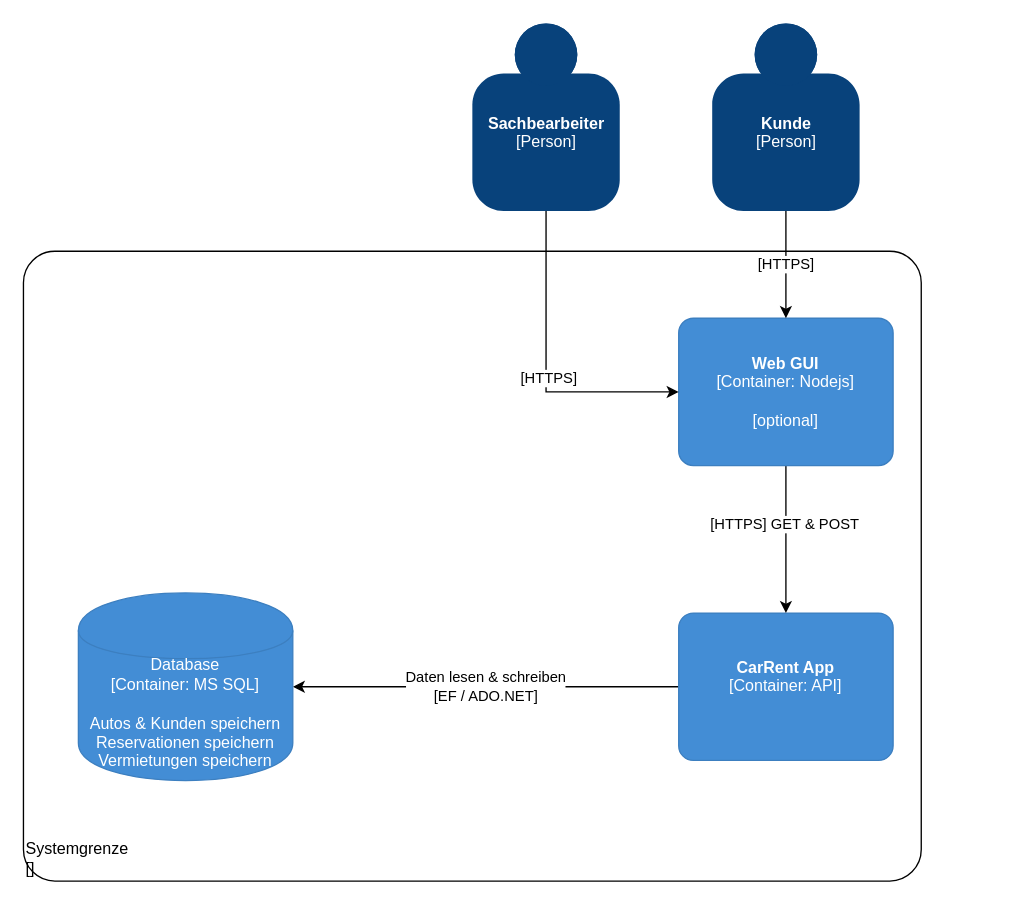
This is utilities/C4-Container.drawio from leonieb1/CarRent, a draw.io file, before an edit. Source tidied: cells renumbered, new cells numbered last; positions are measured from the earlier drawing's top-left corner, leaving out a move shared by most shapes. Both pictures are drawn from the tidied source at 134%, with x=0, y=0 at pixel (23, 23).
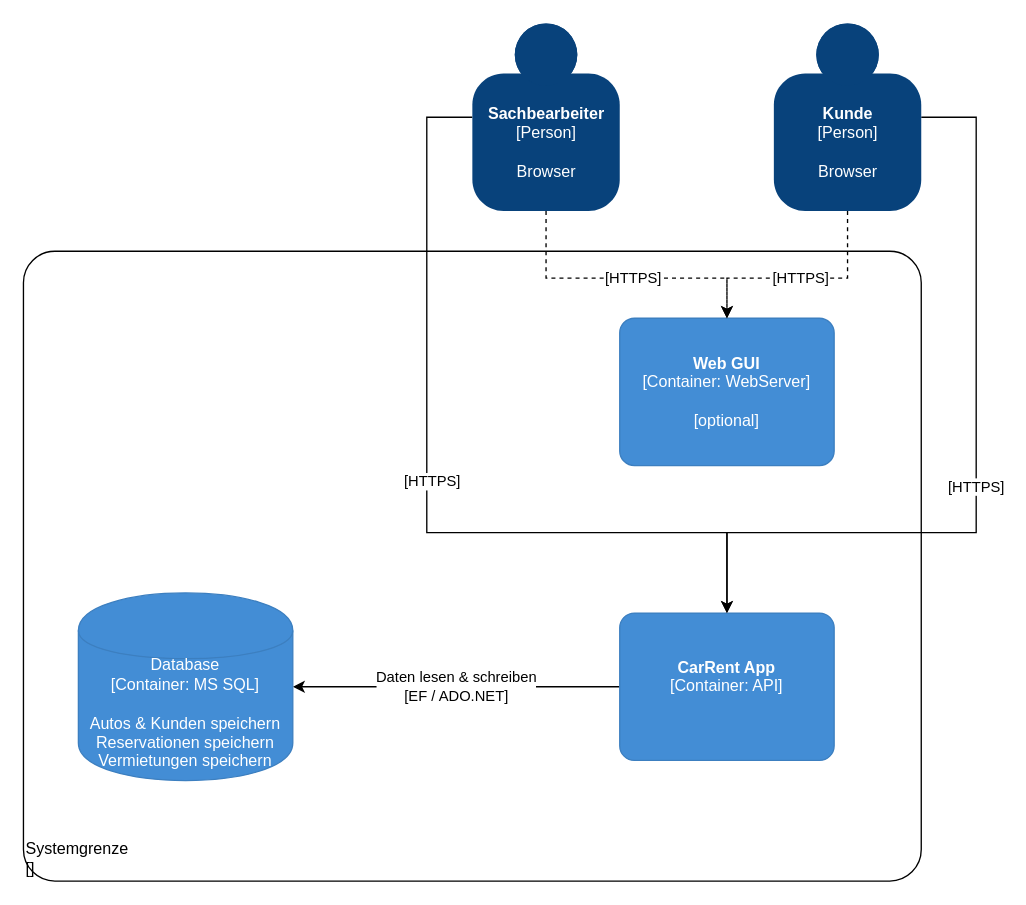
After the change.

Diff of the diagram source:
```diff
@@
     <object id="4" label="&lt;b&gt;%c4Name%&lt;/b&gt;&lt;div&gt;[%c4Type%: %c4Technology%]&lt;/div&gt;&lt;br&gt;&lt;div&gt;%c4Description%&lt;/div&gt;" c4Description="" c4Name="CarRent App" c4Technology="API" c4Type="Container" placeholders="1">
       <mxCell style="rounded=1;whiteSpace=wrap;html=1;labelBackgroundColor=none;fillColor=#438DD5;fontColor=#ffffff;align=center;arcSize=10;strokeColor=#3C7FC0;metaData={&quot;c4Type&quot;:{&quot;editable&quot;:false}};points=[[0.25,0,0],[0.5,0,0],[0.75,0,0],[1,0.25,0],[1,0.5,0],[1,0.75,0],[0.75,1,0],[0.5,1,0],[0.25,1,0],[0,0.75,0],[0,0.5,0],[0,0.25,0]];" parent="1" vertex="1">
-        <mxGeometry x="489" y="440" width="160" height="110" as="geometry" />
+        <mxGeometry x="445" y="440" width="160" height="110" as="geometry" />
       </mxCell>
     </object>
-    <mxCell id="5" style="edgeStyle=orthogonalEdgeStyle;rounded=0;jettySize=auto;html=1;entryX=0.5;entryY=0;entryDx=0;entryDy=0;entryPerimeter=0;" parent="1" edge="1" source="7" target="4">
-      <mxGeometry relative="1" as="geometry" />
-    </mxCell>
-    <mxCell id="6" value="[HTTPS] GET &amp;amp; POST" style="edgeLabel;html=1;align=center;verticalAlign=middle;" parent="5" vertex="1">
-      <mxGeometry x="-0.21" y="-2" relative="1" as="geometry" />
-    </mxCell>
-    <object id="7" label="&lt;b&gt;%c4Name%&lt;/b&gt;&lt;div&gt;[%c4Type%: %c4Technology%]&lt;/div&gt;&lt;br&gt;&lt;div&gt;%c4Description%&lt;/div&gt;" c4Description="[optional]" c4Name="Web GUI" c4Technology="Nodejs" c4Type="Container" placeholders="1">
+    <object id="7" label="&lt;b&gt;%c4Name%&lt;/b&gt;&lt;div&gt;[%c4Type%: %c4Technology%]&lt;/div&gt;&lt;br&gt;&lt;div&gt;%c4Description%&lt;/div&gt;" c4Description="[optional]" c4Name="Web GUI" c4Technology="WebServer" c4Type="Container" placeholders="1">
       <mxCell style="rounded=1;whiteSpace=wrap;html=1;labelBackgroundColor=none;fillColor=#438DD5;fontColor=#ffffff;align=center;arcSize=10;strokeColor=#3C7FC0;metaData={&quot;c4Type&quot;:{&quot;editable&quot;:false}};points=[[0.25,0,0],[0.5,0,0],[0.75,0,0],[1,0.25,0],[1,0.5,0],[1,0.75,0],[0.75,1,0],[0.5,1,0],[0.25,1,0],[0,0.75,0],[0,0.5,0],[0,0.25,0]];" parent="1" vertex="1">
-        <mxGeometry x="489" y="220" width="160" height="110" as="geometry" />
+        <mxGeometry x="445" y="220" width="160" height="110" as="geometry" />
       </mxCell>
     </object>
@@
-    <mxCell id="9" style="edgeStyle=orthogonalEdgeStyle;rounded=0;jettySize=auto;html=1;entryX=0;entryY=0.5;entryDx=0;entryDy=0;entryPerimeter=0;exitX=0.5;exitY=1;exitDx=0;exitDy=0;exitPerimeter=0;" parent="1" edge="1" source="11" target="7">
-      <mxGeometry relative="1" as="geometry" />
+    <mxCell id="9" style="edgeStyle=orthogonalEdgeStyle;rounded=0;jettySize=auto;html=1;entryX=0.5;entryY=0;entryDx=0;entryDy=0;entryPerimeter=0;exitX=0.5;exitY=1;exitDx=0;exitDy=0;exitPerimeter=0;dashed=1;" parent="1" edge="1" source="11" target="7">
+      <mxGeometry relative="1" as="geometry">
+        <Array as="points">
+          <mxPoint x="390" y="190" />
+          <mxPoint x="525" y="190" />
+        </Array>
+      </mxGeometry>
     </mxCell>
@@
+    <mxCell id="14" style="edgeStyle=orthogonalEdgeStyle;rounded=0;jettySize=auto;html=1;entryX=0.5;entryY=0;entryDx=0;entryDy=0;entryPerimeter=0;exitX=0;exitY=0.5;exitDx=0;exitDy=0;exitPerimeter=0;" parent="1" edge="1" source="11" target="4">
+      <mxGeometry relative="1" as="geometry">
+        <Array as="points">
+          <mxPoint x="301" y="70" />
+          <mxPoint x="301" y="380" />
+          <mxPoint x="525" y="380" />
+        </Array>
+      </mxGeometry>
+    </mxCell>
+    <mxCell id="15" value="[HTTPS]" style="edgeLabel;html=1;align=center;verticalAlign=middle;" parent="14" vertex="1">
+      <mxGeometry x="-0.03" y="3" relative="1" as="geometry" />
+    </mxCell>
-    <object id="11" label="&lt;b&gt;%c4Name%&lt;/b&gt;&lt;div&gt;[%c4Type%]&lt;/div&gt;&lt;br&gt;&lt;div&gt;%c4Description%&lt;/div&gt;" c4Description="" c4Name="Sachbearbeiter" c4Type="Person" placeholders="1">
+    <object id="11" label="&lt;b&gt;%c4Name%&lt;/b&gt;&lt;div&gt;[%c4Type%]&lt;/div&gt;&lt;br&gt;&lt;div&gt;%c4Description%&lt;/div&gt;" c4Description="Browser" c4Name="Sachbearbeiter" c4Type="Person" placeholders="1">
       <mxCell style="html=1;dashed=0;whitespace=wrap;fillColor=#08427b;strokeColor=none;fontColor=#ffffff;shape=mxgraph.c4.person;align=center;points=[[0.5,0,0],[1,0.5,0],[1,0.75,0],[0.75,1,0],[0.5,1,0],[0.25,1,0],[0,0.75,0],[0,0.5,0]];metaData={&quot;c4Type&quot;:{&quot;editable&quot;:false}};" parent="1" vertex="1">
         <mxGeometry x="335" width="110" height="140" as="geometry" />
       </mxCell>
     </object>
-    <mxCell id="12" value="[HTTPS]" style="edgeStyle=orthogonalEdgeStyle;rounded=0;jettySize=auto;html=1;entryX=0.5;entryY=0;entryDx=0;entryDy=0;entryPerimeter=0;" parent="1" edge="1" source="13" target="7">
-      <mxGeometry relative="1" as="geometry" />
+    <mxCell id="12" value="[HTTPS]" style="edgeStyle=orthogonalEdgeStyle;rounded=0;jettySize=auto;html=1;entryX=0.5;entryY=0;entryDx=0;entryDy=0;entryPerimeter=0;dashed=1;" parent="1" edge="1" source="13" target="7">
+      <mxGeometry relative="1" as="geometry">
+        <Array as="points">
+          <mxPoint x="615" y="190" />
+          <mxPoint x="525" y="190" />
+        </Array>
+      </mxGeometry>
     </mxCell>
+    <mxCell id="16" style="edgeStyle=orthogonalEdgeStyle;rounded=0;jettySize=auto;html=1;entryX=0.5;entryY=0;entryDx=0;entryDy=0;entryPerimeter=0;" parent="1" edge="1" source="13" target="4">
+      <mxGeometry relative="1" as="geometry">
+        <Array as="points">
+          <mxPoint x="711" y="70" />
+          <mxPoint x="711" y="380" />
+          <mxPoint x="525" y="380" />
+        </Array>
+      </mxGeometry>
+    </mxCell>
+    <mxCell id="17" value="[HTTPS]" style="edgeLabel;html=1;align=center;verticalAlign=middle;" parent="16" vertex="1">
+      <mxGeometry x="0.06" y="-1" relative="1" as="geometry" />
+    </mxCell>
-    <object id="13" label="&lt;b&gt;%c4Name%&lt;/b&gt;&lt;div&gt;[%c4Type%]&lt;/div&gt;&lt;br&gt;&lt;div&gt;%c4Description%&lt;/div&gt;" c4Description="" c4Name="Kunde" c4Type="Person" placeholders="1">
+    <object id="13" label="&lt;b&gt;%c4Name%&lt;/b&gt;&lt;div&gt;[%c4Type%]&lt;/div&gt;&lt;br&gt;&lt;div&gt;%c4Description%&lt;/div&gt;" c4Description="Browser" c4Name="Kunde" c4Type="Person" placeholders="1">
       <mxCell style="html=1;dashed=0;whitespace=wrap;fillColor=#08427b;strokeColor=none;fontColor=#ffffff;shape=mxgraph.c4.person;align=center;points=[[0.5,0,0],[1,0.5,0],[1,0.75,0],[0.75,1,0],[0.5,1,0],[0.25,1,0],[0,0.75,0],[0,0.5,0]];metaData={&quot;c4Type&quot;:{&quot;editable&quot;:false}};" parent="1" vertex="1">
-        <mxGeometry x="514" width="110" height="140" as="geometry" />
+        <mxGeometry x="560" width="110" height="140" as="geometry" />
       </mxCell>
     </object>
```
